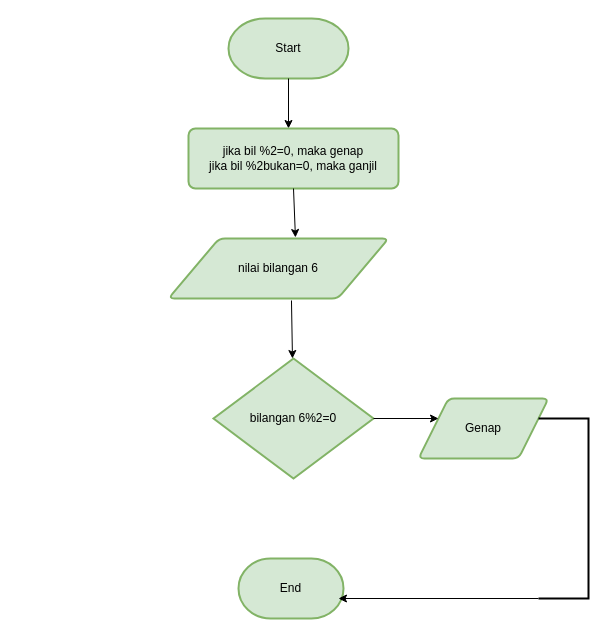
Auliazaskia/algo_b_23241045_ keeps this draw.io diagram as Untitled ganjil genap.drawio. Above is the earlier version. Source tidied: cells renumbered, new cells numbered last; positions are measured from the earlier drawing's top-left corner, leaving out a move shared by most shapes. Both pictures are drawn from the tidied source at 100%, with x=0, y=0 at pixel (168, 18).
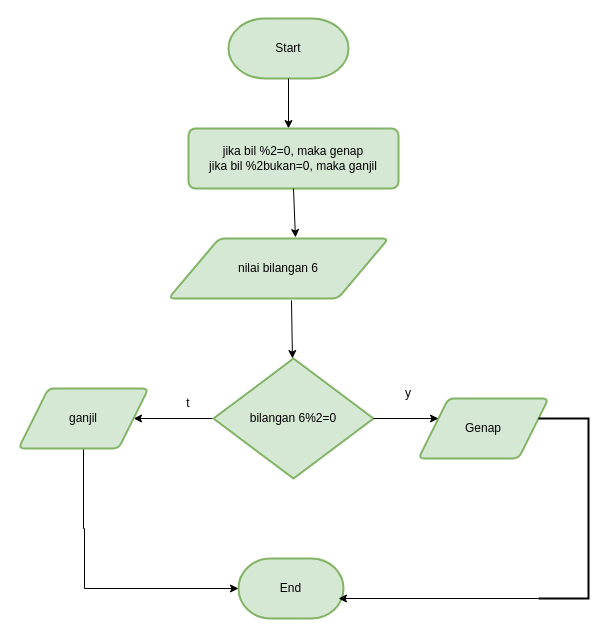
The same diagram, later.

Unchanged cells that the change refers to:
```xml
<mxCell id="5" value="bilangan 6%2=0" style="strokeWidth=2;html=1;shape=mxgraph.flowchart.decision;whiteSpace=wrap;fillColor=#d5e8d4;strokeColor=#82b366;" parent="1" vertex="1">
  <mxGeometry x="45" y="340" width="160" height="120" as="geometry" />
</mxCell>
<mxCell id="6" value="End" style="strokeWidth=2;html=1;shape=mxgraph.flowchart.terminator;whiteSpace=wrap;fillColor=#d5e8d4;strokeColor=#82b366;" parent="1" vertex="1">
  <mxGeometry x="70" y="540" width="105" height="60" as="geometry" />
</mxCell>
```

The edit, as a diff of the source:
```diff
@@
+    <mxCell id="14" style="edgeStyle=orthogonalEdgeStyle;rounded=0;jettySize=auto;html=1;" parent="1" edge="1" source="5" target="17">
+      <mxGeometry relative="1" as="geometry" />
+    </mxCell>
@@
+    <mxCell id="15" value="y" style="text;strokeColor=none;align=center;fillColor=none;html=1;verticalAlign=middle;whiteSpace=wrap;rounded=0;" parent="1" vertex="1">
+      <mxGeometry x="210" y="360" width="60" height="30" as="geometry" />
+    </mxCell>
+    <mxCell id="16" style="edgeStyle=orthogonalEdgeStyle;rounded=0;jettySize=auto;html=1;entryX=0;entryY=0.5;entryDx=0;entryDy=0;entryPerimeter=0;" parent="1" edge="1" source="17" target="6">
+      <mxGeometry relative="1" as="geometry">
+        <Array as="points">
+          <mxPoint x="-85" y="510" />
+          <mxPoint x="-84" y="510" />
+          <mxPoint x="-84" y="570" />
+        </Array>
+      </mxGeometry>
+    </mxCell>
+    <mxCell id="17" value="ganjil" style="shape=parallelogram;html=1;strokeWidth=2;perimeter=parallelogramPerimeter;whiteSpace=wrap;rounded=1;arcSize=12;size=0.23;fillColor=#d5e8d4;strokeColor=#82b366;" parent="1" vertex="1">
+      <mxGeometry x="-150" y="370" width="130" height="60" as="geometry" />
+    </mxCell>
+    <mxCell id="18" value="t" style="text;strokeColor=none;align=center;fillColor=none;html=1;verticalAlign=middle;whiteSpace=wrap;rounded=0;" parent="1" vertex="1">
+      <mxGeometry x="-10" y="370" width="60" height="30" as="geometry" />
+    </mxCell>
```
